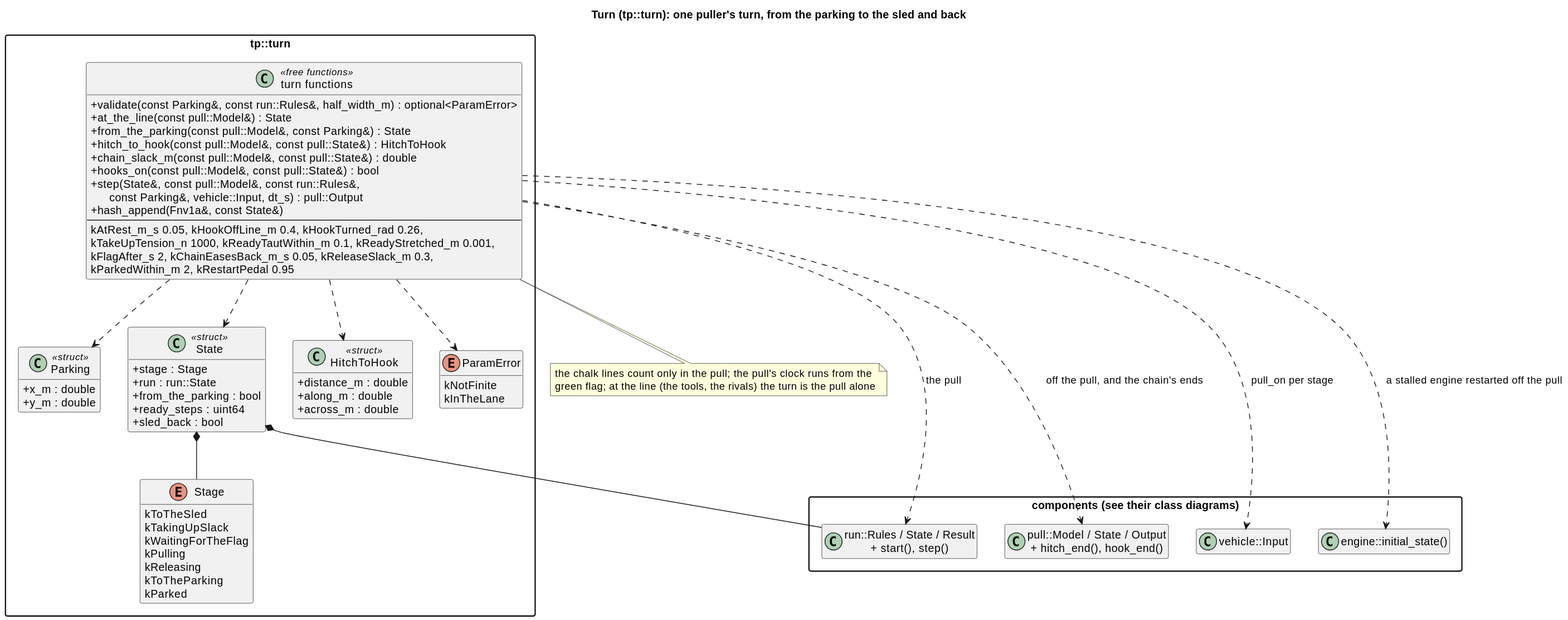
Above: docs/diagrams/svg/turn_classes.svg in wversteeg/TractorPulling (PlantUML), before the change.
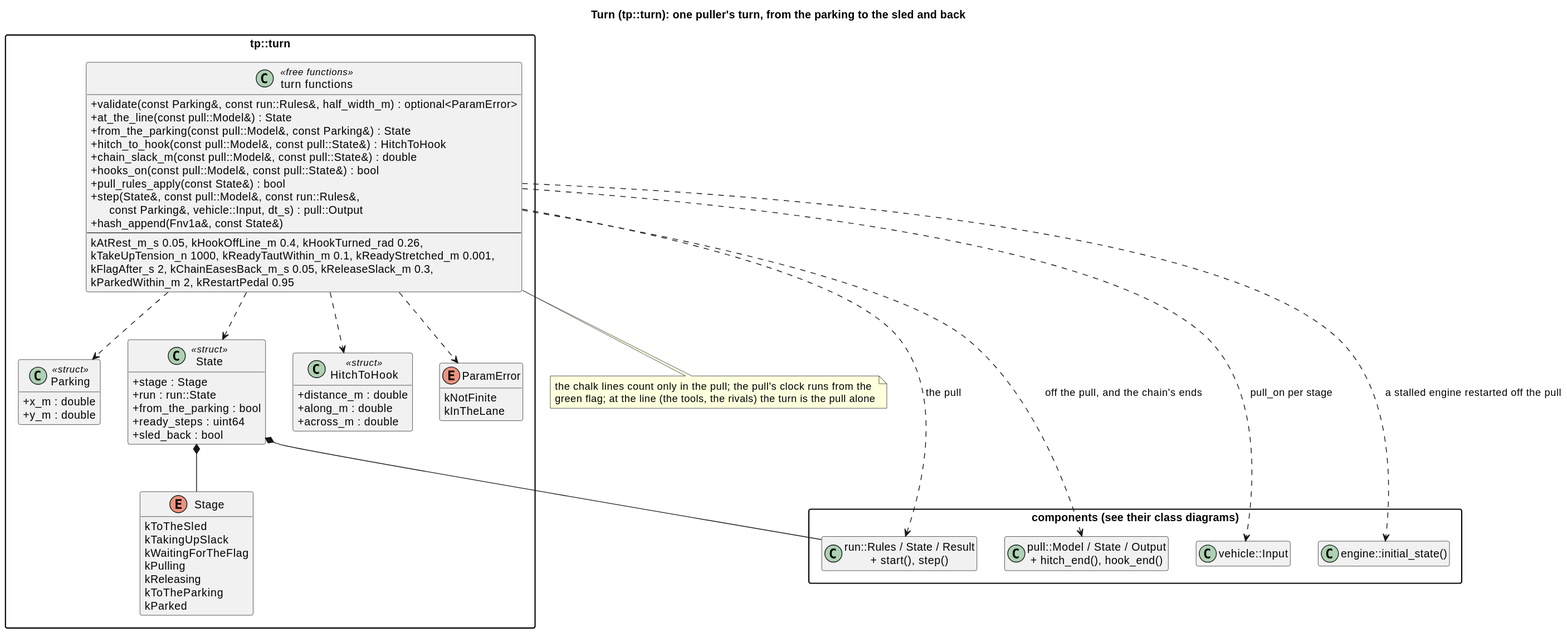
Later version of the same file.

What changed in the source:
```diff
@@ -48,6 +48,7 @@
     +hitch_to_hook(const pull::Model&, const pull::State&) : HitchToHook
     +chain_slack_m(const pull::Model&, const pull::State&) : double
     +hooks_on(const pull::Model&, const pull::State&) : bool
+    +pull_rules_apply(const State&) : bool
     +step(State&, const pull::Model&, const run::Rules&,\n      const Parking&, vehicle::Input, dt_s) : pull::Output
     +hash_append(Fnv1a&, const State&)
     --
```
